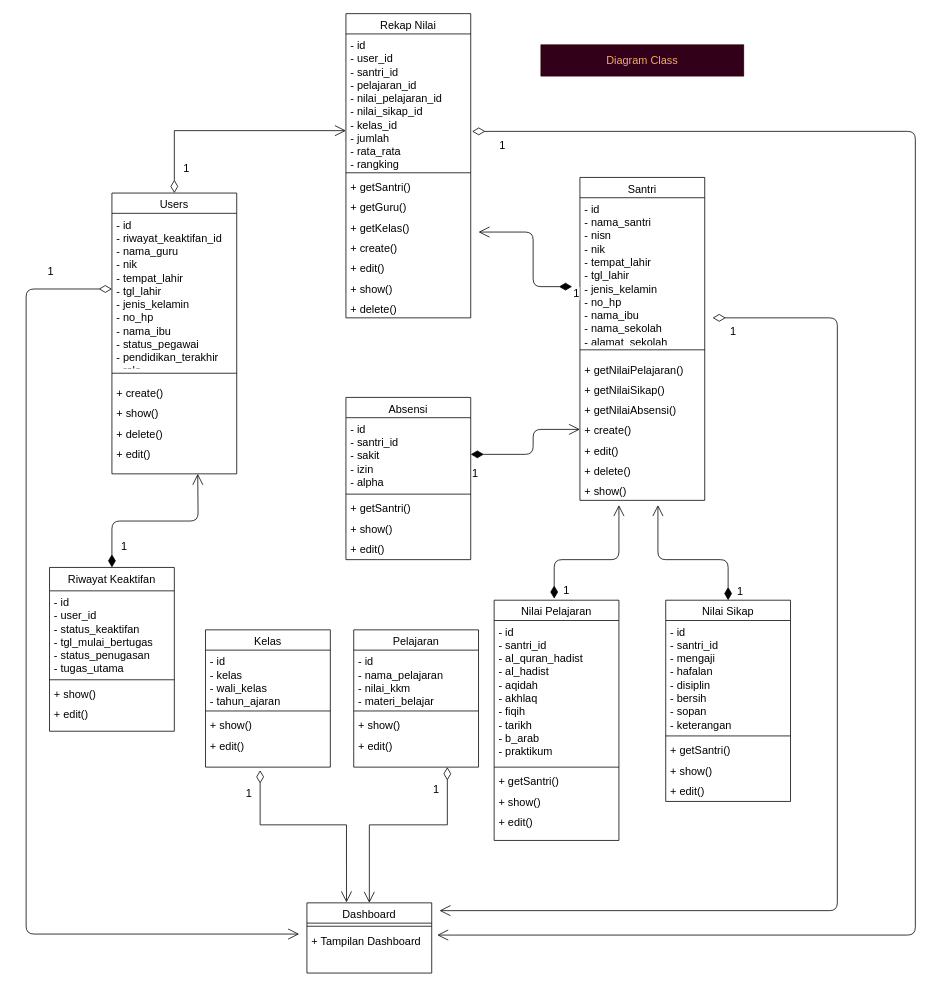
Earlier version of the draw.io diagram page "CD" (4 of 30) of draw.io/Proyek-3.drawio (Tugas-Proyek-Polindra/proyek-3). Source tidied: cells renumbered, new cells numbered last; positions are measured from the earlier drawing's top-left corner, leaving out a move shared by most shapes. Both pictures are drawn from the tidied source at 78%, with x=0, y=0 at pixel (26, 13).
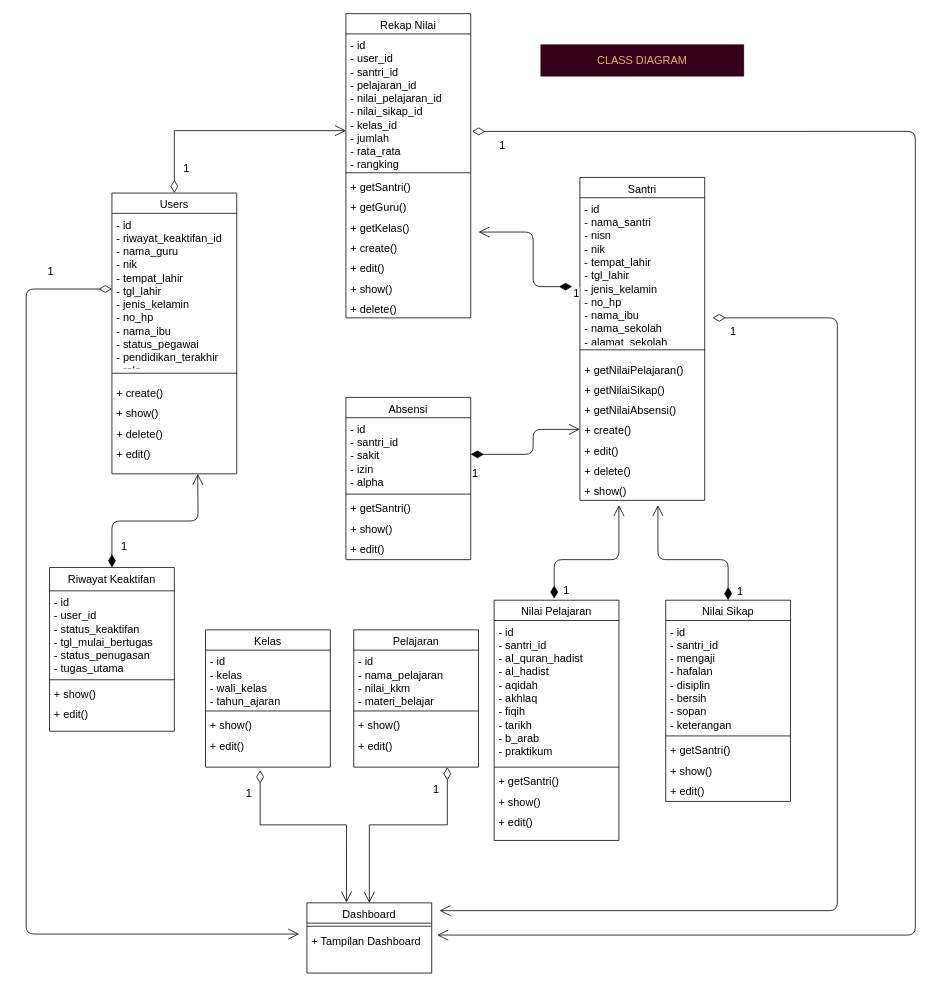
The same page after the edit.

Diff of the diagram source:
```diff
@@
-    <mxCell id="53" value="&lt;font color=&quot;#f0aa69&quot; style=&quot;font-size: 14px;&quot;&gt;Diagram Class&lt;/font&gt;" style="text;html=1;align=center;verticalAlign=middle;whiteSpace=wrap;rounded=0;fontColor=#333333;strokeColor=#330000;fillColor=#33001A;fontSize=14;" parent="1" vertex="1">
+    <mxCell id="53" value="&lt;font color=&quot;#f0aa69&quot;&gt;CLASS DIAGRAM&lt;br&gt;&lt;/font&gt;" style="text;html=1;align=center;verticalAlign=middle;whiteSpace=wrap;rounded=0;fontColor=#333333;strokeColor=#330000;fillColor=#33001A;fontSize=14;" parent="1" vertex="1">
       <mxGeometry x="660" y="40" width="260" height="40" as="geometry" />
     </mxCell>
```
